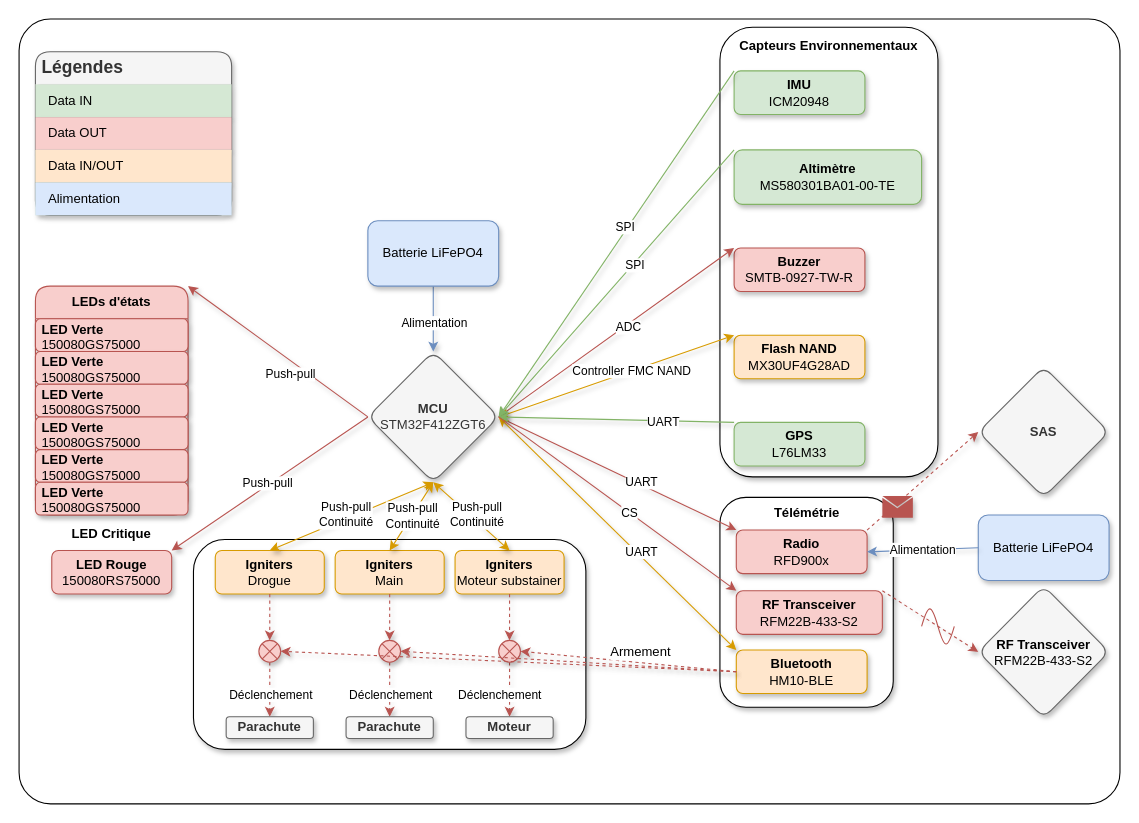
The draw.io diagram Documentation/ODB2/Explications/Diagram_ODB2.drawio in GAULAvionique2024-2025/Ordinateur-de-bord, before the edit. Source tidied: cells renumbered, new cells numbered last; positions are measured from the earlier drawing's top-left corner, leaving out a move shared by most shapes. Both pictures are drawn from the tidied source at 109%, with x=0, y=0 at pixel (19, 19).
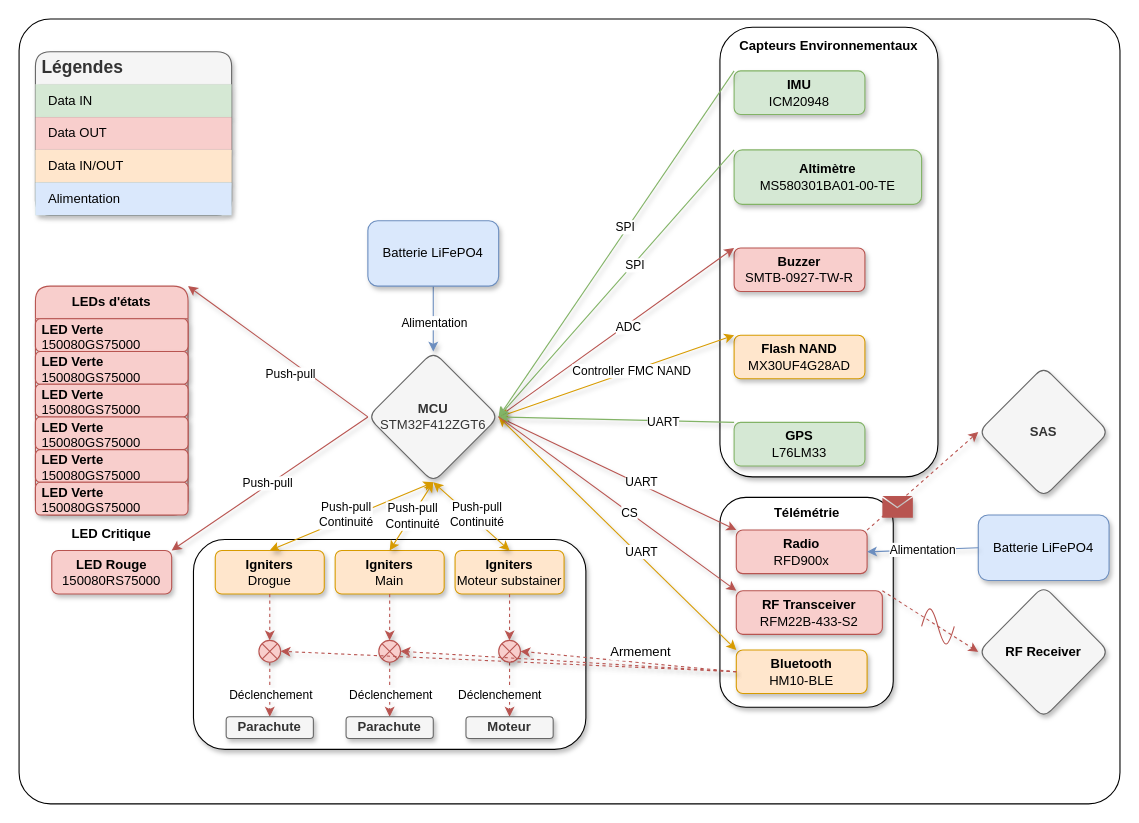
The same page after the edit.

Diff of the diagram source:
```diff
@@
-    <mxCell id="92" value="&lt;div style=&quot;color: rgb(0, 0, 0);&quot;&gt;&lt;span style=&quot;background-color: initial;&quot;&gt;&lt;b&gt;RF Transceiver&lt;/b&gt;&lt;/span&gt;&lt;/div&gt;&lt;div style=&quot;color: rgb(0, 0, 0);&quot;&gt;RFM22B-433-S2&lt;/div&gt;" style="rhombus;whiteSpace=wrap;html=1;align=center;shadow=1;rounded=1;verticalAlign=middle;fillColor=#f5f5f5;fontColor=#333333;strokeColor=#666666;" parent="1" vertex="1">
+    <mxCell id="92" value="&lt;div style=&quot;color: rgb(0, 0, 0);&quot;&gt;&lt;b&gt;RF Receiver&lt;/b&gt;&lt;/div&gt;" style="rhombus;whiteSpace=wrap;html=1;align=center;shadow=1;rounded=1;verticalAlign=middle;fillColor=#f5f5f5;fontColor=#333333;strokeColor=#666666;" parent="1" vertex="1">
       <mxGeometry x="880" y="520" width="120" height="121.2" as="geometry" />
     </mxCell>
```
